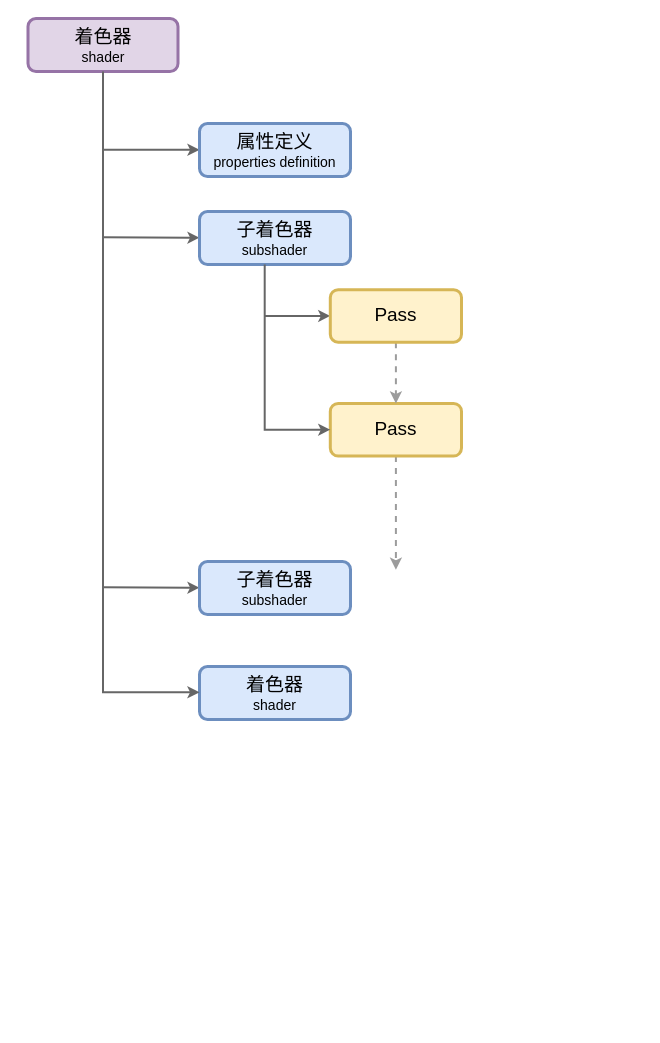
The draw.io diagram BlogPictures/Shader2/XML.drawio in kurong00/EditGraphics, before the edit. Source tidied: cells renumbered, new cells numbered last; positions are measured from the earlier drawing's top-left corner, leaving out a move shared by most shapes. Both pictures are drawn from the tidied source at 100%, with x=0, y=0 at pixel (28, 18).
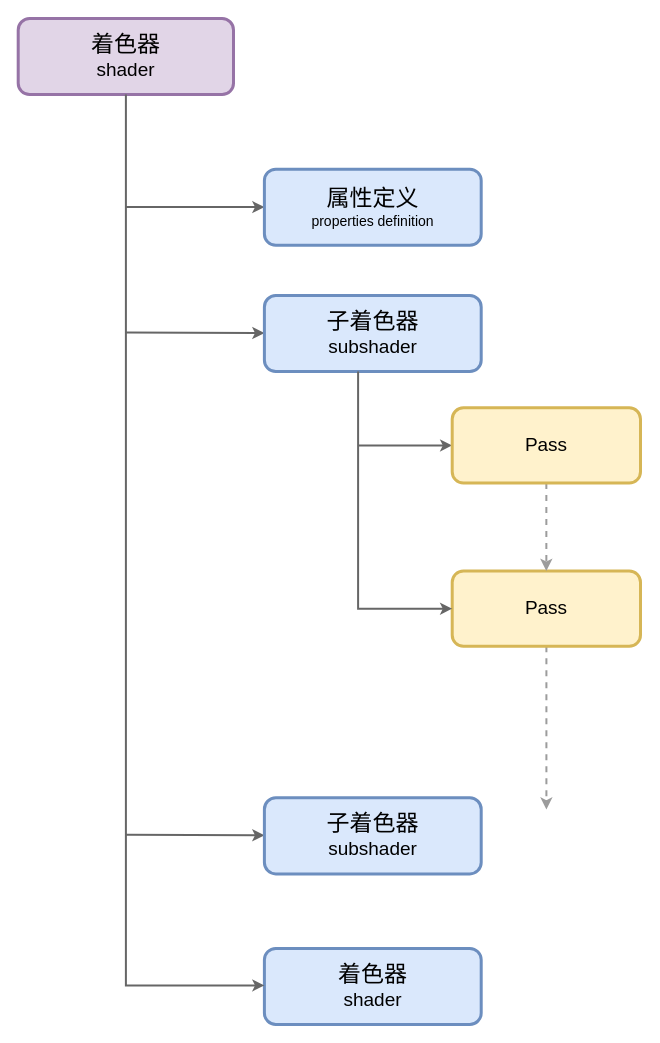
The same page after the edit.

Change to the diagram source:
```diff
@@
     <mxCell id="2" style="group;" parent="1" vertex="1">
-      <mxGeometry x="22" width="411" height="701" as="geometry" />
+      <mxGeometry x="22" width="590" height="1006" as="geometry" />
     </mxCell>
     <mxCell id="3" style="rounded=0;jettySize=auto;html=1;strokeColor=#666666;strokeWidth=2;fontColor=#333333;" parent="2" edge="1" target="5">
       <mxGeometry relative="1" as="geometry">
-        <mxPoint x="52.5" y="131.2" as="sourcePoint" />
+        <mxPoint x="75.3" y="188.4" as="sourcePoint" />
       </mxGeometry>
     </mxCell>
-    <mxCell id="4" value="&lt;font style=&quot;font-size: 19px&quot;&gt;着色器&lt;/font&gt;&lt;br&gt;&lt;font style=&quot;font-size: 14px&quot;&gt;shader&lt;/font&gt;&lt;br&gt;" style="rounded=1;whiteSpace=wrap;html=1;fillColor=#e1d5e7;strokeColor=#9673a6;strokeWidth=3;fontStyle=0;" parent="2" vertex="1">
-      <mxGeometry x="-22.5" width="150" height="53" as="geometry" />
+    <mxCell id="4" value="&lt;font style=&quot;font-size: 23px&quot;&gt;着色器&lt;/font&gt;&lt;br&gt;&lt;font style=&quot;font-size: 19px&quot;&gt;shader&lt;/font&gt;&lt;br&gt;" style="rounded=1;whiteSpace=wrap;html=1;fillColor=#e1d5e7;strokeColor=#9673a6;strokeWidth=3;fontStyle=0;" parent="2" vertex="1">
+      <mxGeometry x="-32.3" width="215.3" height="76.1" as="geometry" />
     </mxCell>
-    <mxCell id="5" value="&lt;font style=&quot;font-size: 19px&quot;&gt;属性定义&lt;/font&gt;&lt;br&gt;&lt;span style=&quot;font-size: 14px&quot;&gt;properties definition&lt;/span&gt;&lt;br&gt;" style="rounded=1;whiteSpace=wrap;html=1;fillColor=#dae8fc;strokeColor=#6c8ebf;strokeWidth=3;fontStyle=0;" parent="2" vertex="1">
-      <mxGeometry x="149" y="105" width="151" height="53" as="geometry" />
+    <mxCell id="5" value="&lt;font style=&quot;font-size: 23px&quot;&gt;属性定义&lt;/font&gt;&lt;br&gt;&lt;span style=&quot;font-size: 14px&quot;&gt;properties definition&lt;/span&gt;&lt;br&gt;" style="rounded=1;whiteSpace=wrap;html=1;fillColor=#dae8fc;strokeColor=#6c8ebf;strokeWidth=3;fontStyle=0;" parent="2" vertex="1">
+      <mxGeometry x="213.9" y="150.7" width="216.8" height="76.1" as="geometry" />
     </mxCell>
-    <mxCell id="6" value="&lt;font style=&quot;font-size: 19px&quot;&gt;着色器&lt;/font&gt;&lt;br&gt;&lt;font style=&quot;font-size: 14px&quot;&gt;shader&lt;/font&gt;&lt;br&gt;" style="rounded=1;whiteSpace=wrap;html=1;fillColor=#dae8fc;strokeColor=#6c8ebf;strokeWidth=3;fontStyle=0;" parent="2" vertex="1">
-      <mxGeometry x="149" y="648" width="151" height="53" as="geometry" />
+    <mxCell id="6" value="&lt;font style=&quot;font-size: 23px&quot;&gt;着色器&lt;/font&gt;&lt;br style=&quot;font-size: 19px&quot;&gt;&lt;font style=&quot;font-size: 19px&quot;&gt;shader&lt;/font&gt;&lt;br style=&quot;font-size: 19px&quot;&gt;" style="rounded=1;whiteSpace=wrap;html=1;fillColor=#dae8fc;strokeColor=#6c8ebf;strokeWidth=3;fontStyle=0;fontSize=19;" parent="2" vertex="1">
+      <mxGeometry x="213.9" y="929.9" width="216.8" height="76.1" as="geometry" />
     </mxCell>
     <mxCell id="7" style="rounded=0;jettySize=auto;html=1;fontColor=#333333;edgeStyle=orthogonalEdgeStyle;strokeWidth=2;strokeColor=#666666;" parent="2" edge="1" source="4" target="6">
       <mxGeometry relative="1" as="geometry">
         <Array as="points">
-          <mxPoint x="52.5" y="673.8" />
+          <mxPoint x="75.3" y="966.9" />
         </Array>
       </mxGeometry>
     </mxCell>
     <mxCell id="8" style="rounded=0;jettySize=auto;html=1;strokeColor=#666666;strokeWidth=2;fontColor=#333333;" parent="2" edge="1" target="9">
       <mxGeometry relative="1" as="geometry">
-        <mxPoint x="52.5" y="218.8" as="sourcePoint" />
+        <mxPoint x="75.3" y="313.9" as="sourcePoint" />
       </mxGeometry>
     </mxCell>
-    <mxCell id="9" value="&lt;font style=&quot;font-size: 19px&quot;&gt;子着色器&lt;/font&gt;&lt;br&gt;&lt;span style=&quot;font-size: 14px&quot;&gt;subshader&lt;/span&gt;&lt;br&gt;" style="rounded=1;whiteSpace=wrap;html=1;fillColor=#dae8fc;strokeColor=#6c8ebf;strokeWidth=3;fontStyle=0;" parent="2" vertex="1">
-      <mxGeometry x="149" y="193" width="151" height="53" as="geometry" />
+    <mxCell id="9" value="&lt;font style=&quot;font-size: 23px&quot;&gt;子着色器&lt;/font&gt;&lt;br&gt;&lt;font style=&quot;font-size: 19px&quot;&gt;subshader&lt;/font&gt;&lt;br&gt;" style="rounded=1;whiteSpace=wrap;html=1;fillColor=#dae8fc;strokeColor=#6c8ebf;strokeWidth=3;fontStyle=0;" parent="2" vertex="1">
+      <mxGeometry x="213.9" y="277" width="216.8" height="76.1" as="geometry" />
     </mxCell>
     <mxCell id="10" style="edgeStyle=orthogonalEdgeStyle;rounded=0;jettySize=auto;html=1;dashed=1;strokeColor=#9C9C9C;strokeWidth=2;fontColor=#333333;" parent="2" edge="1" source="11">
       <mxGeometry relative="1" as="geometry">
-        <mxPoint x="345.4" y="551.2" as="targetPoint" />
+        <mxPoint x="495.9" y="791.1" as="targetPoint" />
       </mxGeometry>
     </mxCell>
-    <mxCell id="11" value="&lt;span style=&quot;font-size: 19px&quot;&gt;Pass&lt;/span&gt;&lt;br&gt;" style="rounded=1;whiteSpace=wrap;html=1;fillColor=#fff2cc;strokeColor=#d6b656;strokeWidth=3;fontStyle=0;" parent="2" vertex="1">
-      <mxGeometry x="279.8" y="385" width="131.2" height="52.5" as="geometry" />
+    <mxCell id="11" value="&lt;span style=&quot;font-size: 19px&quot;&gt;Pass&lt;/span&gt;&lt;br style=&quot;font-size: 19px;&quot;&gt;" style="rounded=1;whiteSpace=wrap;html=1;fillColor=#fff2cc;strokeColor=#d6b656;strokeWidth=3;fontStyle=0;fontSize=19;" parent="2" vertex="1">
+      <mxGeometry x="401.7" y="552.5" width="188.3" height="75.3" as="geometry" />
     </mxCell>
     <mxCell id="12" style="edgeStyle=orthogonalEdgeStyle;rounded=0;jettySize=auto;html=1;strokeColor=#666666;strokeWidth=2;fontColor=#333333;" parent="2" edge="1" source="9" target="11">
       <mxGeometry relative="1" as="geometry">
         <Array as="points">
-          <mxPoint x="214.2" y="411.2" />
+          <mxPoint x="307.6" y="590.2" />
         </Array>
       </mxGeometry>
     </mxCell>
     <mxCell id="13" style="rounded=0;jettySize=auto;html=1;strokeColor=#666666;strokeWidth=2;fontColor=#333333;" parent="2" edge="1" target="15">
       <mxGeometry relative="1" as="geometry">
-        <mxPoint x="214.2" y="297.5" as="sourcePoint" />
+        <mxPoint x="307.6" y="426.9" as="sourcePoint" />
       </mxGeometry>
     </mxCell>
@@
-    <mxCell id="15" value="&lt;span style=&quot;font-size: 19px&quot;&gt;Pass&lt;/span&gt;" style="rounded=1;whiteSpace=wrap;html=1;fillColor=#fff2cc;strokeColor=#d6b656;strokeWidth=3;fontStyle=0;" parent="2" vertex="1">
-      <mxGeometry x="279.8" y="271.2" width="131.2" height="52.5" as="geometry" />
+    <mxCell id="15" value="&lt;span style=&quot;font-size: 19px&quot;&gt;Pass&lt;/span&gt;" style="rounded=1;whiteSpace=wrap;html=1;fillColor=#fff2cc;strokeColor=#d6b656;strokeWidth=3;fontStyle=0;fontSize=19;" parent="2" vertex="1">
+      <mxGeometry x="401.7" y="389.3" width="188.3" height="75.3" as="geometry" />
     </mxCell>
     <mxCell id="16" style="rounded=0;jettySize=auto;html=1;strokeColor=#666666;strokeWidth=2;fontColor=#333333;" parent="2" edge="1" target="17">
       <mxGeometry relative="1" as="geometry">
-        <mxPoint x="52.5" y="568.8" as="sourcePoint" />
+        <mxPoint x="75.3" y="816.2" as="sourcePoint" />
       </mxGeometry>
     </mxCell>
-    <mxCell id="17" value="&lt;font style=&quot;font-size: 19px&quot;&gt;子着色器&lt;/font&gt;&lt;br&gt;&lt;span style=&quot;font-size: 14px&quot;&gt;subshader&lt;/span&gt;&lt;br&gt;" style="rounded=1;whiteSpace=wrap;html=1;fillColor=#dae8fc;strokeColor=#6c8ebf;strokeWidth=3;fontStyle=0;" parent="2" vertex="1">
-      <mxGeometry x="149" y="543" width="151" height="53" as="geometry" />
+    <mxCell id="17" value="&lt;font&gt;&lt;font style=&quot;font-size: 23px&quot;&gt;子着色器&lt;/font&gt;&lt;br&gt;&lt;span style=&quot;font-size: 19px&quot;&gt;subshader&lt;/span&gt;&lt;/font&gt;&lt;br&gt;" style="rounded=1;whiteSpace=wrap;html=1;fillColor=#dae8fc;strokeColor=#6c8ebf;strokeWidth=3;fontStyle=0;" parent="2" vertex="1">
+      <mxGeometry x="213.9" y="779.3" width="216.8" height="76.1" as="geometry" />
     </mxCell>
```
